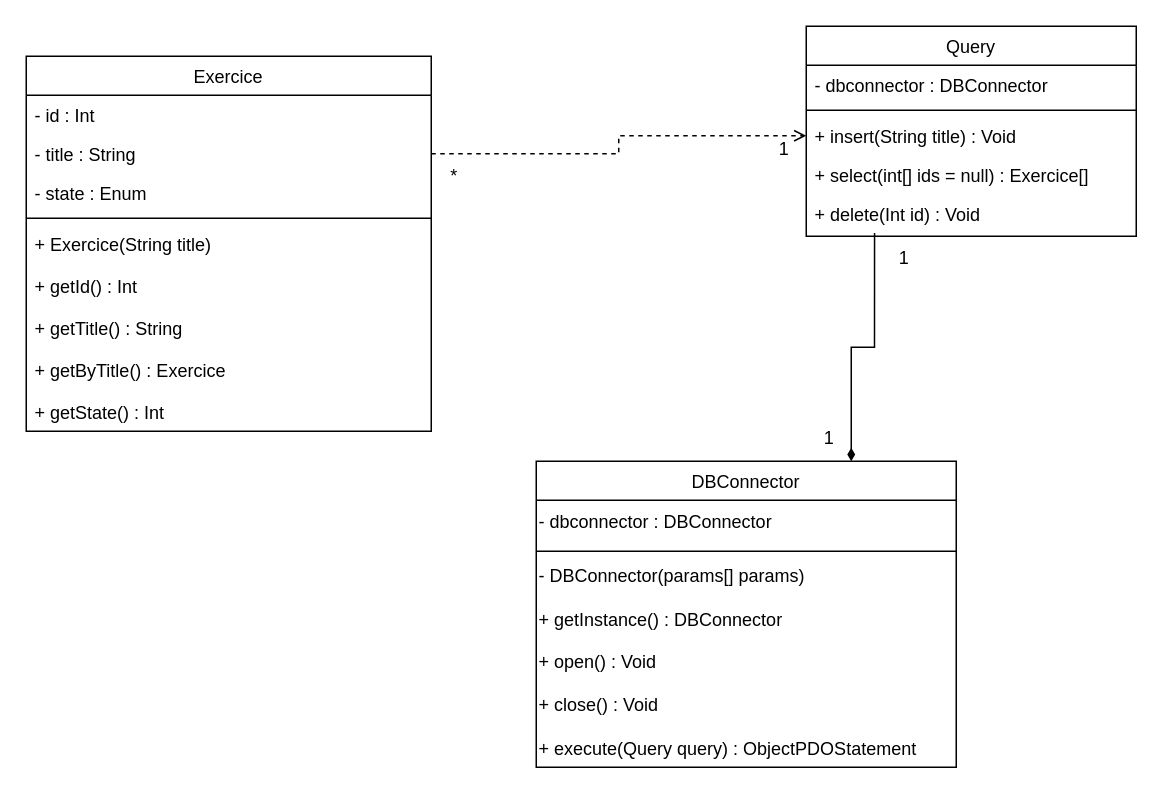
Earlier version of the draw.io diagram Documentation/DiagrammeClasse_JBD.drawio (CPNV-ES/MAW1.1-JLR-JBD). Source tidied: cells renumbered, new cells numbered last; positions are measured from the earlier drawing's top-left corner, leaving out a move shared by most shapes. Both pictures are drawn from the tidied source at 150%, with x=0, y=0 at pixel (26, 26).
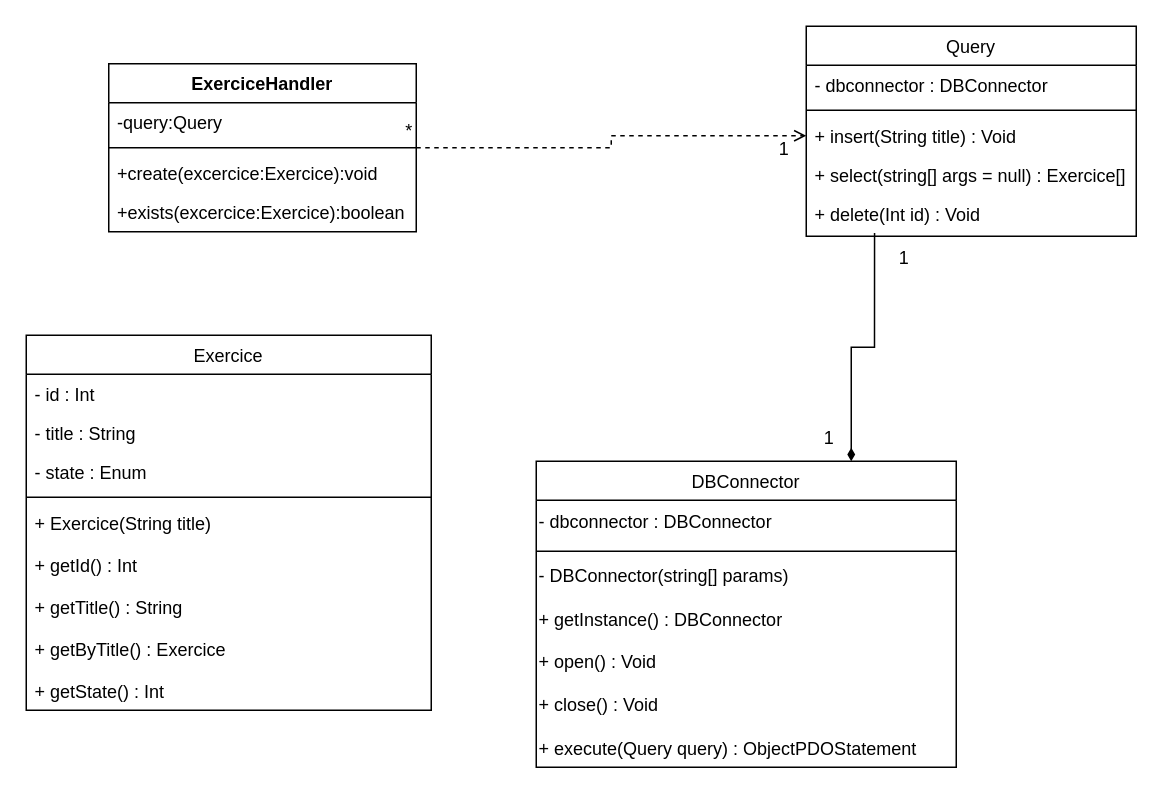
Above is the later version.

The change refers to these unchanged cells:
```xml
<mxCell id="4" value="- title : String" style="text;align=left;verticalAlign=top;spacingLeft=4;spacingRight=4;overflow=hidden;points=[[0,0.5],[1,0.5]];portConstraint=eastwest;rounded=0;shadow=0;html=0;" parent="2" vertex="1">
  <mxGeometry y="52" width="270" height="26" as="geometry" />
</mxCell>
<mxCell id="9" value="DBConnector" style="swimlane;fontStyle=0;align=center;verticalAlign=top;horizontal=1;startSize=26;rounded=0;shadow=0;strokeWidth=1;" parent="1" vertex="1">
  <mxGeometry x="340" y="290" width="280" height="204" as="geometry" />
</mxCell>
<mxCell id="13" value="Query" style="swimlane;fontStyle=0;align=center;verticalAlign=top;horizontal=1;startSize=26;rounded=0;shadow=0;strokeWidth=1;" parent="1" vertex="1">
  <mxGeometry x="520" width="220" height="140" as="geometry" />
</mxCell>
<mxCell id="16" value="+ insert(String title) : Void" style="text;align=left;verticalAlign=top;spacingLeft=4;spacingRight=4;overflow=hidden;points=[[0,0.5],[1,0.5]];portConstraint=eastwest;" parent="13" vertex="1">
  <mxGeometry y="60" width="220" height="26" as="geometry" />
</mxCell>
```

What changed in the source:
```diff
@@
     <mxCell id="2" value="Exercice" style="swimlane;fontStyle=0;align=center;verticalAlign=top;horizontal=1;startSize=26;rounded=0;shadow=0;strokeWidth=1;" parent="1" vertex="1">
-      <mxGeometry y="20" width="270" height="250" as="geometry" />
+      <mxGeometry y="206" width="270" height="250" as="geometry" />
     </mxCell>
@@
-    <mxCell id="12" value="- DBConnector(params[] params)&lt;br&gt;&lt;br&gt;+ getInstance() : DBConnector&lt;br&gt;&lt;br&gt;+ open() : Void&lt;br&gt;&lt;br&gt;+ close() : Void&lt;br&gt;&lt;br&gt;+ execute(Query query) : ObjectPDOStatement" style="text;html=1;align=left;verticalAlign=middle;strokeColor=none;fillColor=none;" parent="9" vertex="1">
+    <mxCell id="12" value="- DBConnector(string[] params)&lt;br&gt;&lt;br&gt;+ getInstance() : DBConnector&lt;br&gt;&lt;br&gt;+ open() : Void&lt;br&gt;&lt;br&gt;+ close() : Void&lt;br&gt;&lt;br&gt;+ execute(Query query) : ObjectPDOStatement" style="text;html=1;align=left;verticalAlign=middle;strokeColor=none;fillColor=none;" parent="9" vertex="1">
       <mxGeometry y="64" width="280" height="140" as="geometry" />
     </mxCell>
@@
-    <mxCell id="17" value="+ select(int[] ids = null) : Exercice[]" style="text;align=left;verticalAlign=top;spacingLeft=4;spacingRight=4;overflow=hidden;" parent="13" vertex="1">
+    <mxCell id="17" value="+ select(string[] args = null) : Exercice[]" style="text;align=left;verticalAlign=top;spacingLeft=4;spacingRight=4;overflow=hidden;" parent="13" vertex="1">
       <mxGeometry y="86" width="220" height="26" as="geometry" />
     </mxCell>
@@
     <mxCell id="20" value="*" style="text;html=1;align=center;verticalAlign=middle;strokeColor=none;fillColor=none;" parent="1" vertex="1">
-      <mxGeometry x="270" y="85" width="30" height="30" as="geometry" />
+      <mxGeometry x="240" y="55" width="30" height="30" as="geometry" />
     </mxCell>
@@
-    <mxCell id="23" style="edgeStyle=orthogonalEdgeStyle;rounded=0;jettySize=auto;html=1;exitX=1;exitY=0.5;exitDx=0;exitDy=0;entryX=0;entryY=0.5;entryDx=0;entryDy=0;startArrow=none;startFill=0;endArrow=open;endFill=0;dashed=1;" parent="1" edge="1" source="4" target="16">
+    <mxCell id="23" style="edgeStyle=orthogonalEdgeStyle;rounded=0;jettySize=auto;html=1;exitX=1;exitY=0.5;exitDx=0;exitDy=0;entryX=0;entryY=0.5;entryDx=0;entryDy=0;startArrow=none;startFill=0;endArrow=open;endFill=0;dashed=1;" parent="1" edge="1" source="24" target="16">
       <mxGeometry relative="1" as="geometry" />
     </mxCell>
+    <mxCell id="24" value="ExerciceHandler" style="swimlane;fontStyle=1;align=center;verticalAlign=top;horizontal=1;startSize=26;" parent="1" vertex="1">
+      <mxGeometry x="55" y="25" width="205" height="112" as="geometry" />
+    </mxCell>
+    <mxCell id="25" value="-query:Query" style="text;strokeColor=none;fillColor=none;align=left;verticalAlign=top;spacingLeft=4;spacingRight=4;overflow=hidden;" parent="24" vertex="1">
+      <mxGeometry y="26" width="205" height="26" as="geometry" />
+    </mxCell>
+    <mxCell id="26" style="line;strokeWidth=1;fillColor=none;align=left;verticalAlign=middle;spacingTop=-1;spacingLeft=3;spacingRight=3;labelPosition=right;strokeColor=inherit;" parent="24" vertex="1">
+      <mxGeometry y="52" width="205" height="8" as="geometry" />
+    </mxCell>
+    <mxCell id="27" value="+create(excercice:Exercice):void" style="text;strokeColor=none;fillColor=none;align=left;verticalAlign=top;spacingLeft=4;spacingRight=4;overflow=hidden;" parent="24" vertex="1">
+      <mxGeometry y="60" width="205" height="26" as="geometry" />
+    </mxCell>
+    <mxCell id="28" value="+exists(excercice:Exercice):boolean" style="text;strokeColor=none;fillColor=none;align=left;verticalAlign=top;spacingLeft=4;spacingRight=4;overflow=hidden;" parent="24" vertex="1">
+      <mxGeometry y="86" width="205" height="26" as="geometry" />
+    </mxCell>
```
